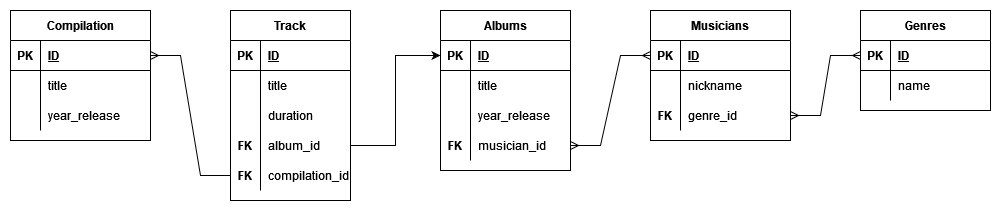
Above: Domaska-3-2-1.png in Sergww/-Domashka_netology_3_mod (draw.io), before the change. Source tidied: cells renumbered, new cells last; positions are measured from the earlier drawing's top-left corner, leaving out a move shared by most shapes.
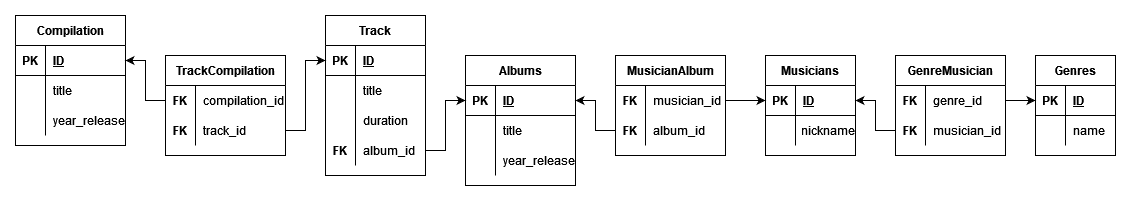
Above is the later version.

Change to the diagram source:
```diff
@@ -3,184 +3,229 @@
     <mxCell id="0" />
     <mxCell id="1" parent="0" />
     <mxCell id="2" value="Genres" style="shape=table;startSize=30;rowLines=0;fontStyle=1;align=center;" parent="1" vertex="1">
-      <mxGeometry x="850" width="130" height="100" as="geometry" />
+      <mxGeometry x="920" y="40" width="80" height="100" as="geometry" />
     </mxCell>
     <mxCell id="3" style="shape=tableRow;horizontal=0;startSize=0;swimlaneHead=0;swimlaneBody=0;fillColor=none;points=[[0,0.5],[1,0.5]];portConstraint=eastwest;top=0;left=0;right=0;bottom=1;" parent="2" vertex="1">
-      <mxGeometry y="30" width="130" height="30" as="geometry" />
+      <mxGeometry y="30" width="80" height="30" as="geometry" />
     </mxCell>
     <mxCell id="4" value="PK" style="shape=partialRectangle;fillColor=none;top=0;left=0;bottom=0;right=0;fontStyle=1;overflow=hidden;" parent="3" vertex="1">
       <mxGeometry width="30" height="30" as="geometry" />
     </mxCell>
     <mxCell id="5" value="ID" style="shape=partialRectangle;fillColor=none;top=0;left=0;bottom=0;right=0;align=left;spacingLeft=6;fontStyle=5;overflow=hidden;" parent="3" vertex="1">
-      <mxGeometry x="30" width="100" height="30" as="geometry" />
+      <mxGeometry x="30" width="50" height="30" as="geometry" />
     </mxCell>
     <mxCell id="6" style="shape=tableRow;horizontal=0;startSize=0;swimlaneHead=0;swimlaneBody=0;fillColor=none;top=0;left=0;right=0;bottom=0;" parent="2" vertex="1">
-      <mxGeometry y="60" width="130" height="30" as="geometry" />
+      <mxGeometry y="60" width="80" height="30" as="geometry" />
     </mxCell>
     <mxCell id="7" style="shape=partialRectangle;fillColor=none;top=0;left=0;bottom=0;right=0;overflow=hidden;" parent="6" vertex="1">
       <mxGeometry width="30" height="30" as="geometry" />
     </mxCell>
     <mxCell id="8" value="name" style="shape=partialRectangle;fillColor=none;top=0;left=0;bottom=0;right=0;align=left;spacingLeft=6;overflow=hidden;" parent="6" vertex="1">
-      <mxGeometry x="30" width="100" height="30" as="geometry" />
+      <mxGeometry x="30" width="50" height="30" as="geometry" />
     </mxCell>
-    <mxCell id="9" style="edgeStyle=entityRelationEdgeStyle;fontSize=12;html=1;endArrow=ERmany;rounded=0;entryX=1;entryY=0.5;entryDx=0;entryDy=0;" parent="1" edge="1" source="46" target="53">
-      <mxGeometry relative="1" as="geometry" />
-    </mxCell>
     <mxCell id="10" value="Musicians" style="shape=table;startSize=30;rowLines=0;fontStyle=1;align=center;" parent="1" vertex="1">
-      <mxGeometry x="640" width="140" height="130" as="geometry" />
+      <mxGeometry x="650" y="40" width="90" height="100" as="geometry" />
     </mxCell>
     <mxCell id="11" style="shape=tableRow;horizontal=0;startSize=0;swimlaneHead=0;swimlaneBody=0;fillColor=none;points=[[0,0.5],[1,0.5]];portConstraint=eastwest;top=0;left=0;right=0;bottom=1;" parent="10" vertex="1">
-      <mxGeometry y="30" width="140" height="30" as="geometry" />
+      <mxGeometry y="30" width="90" height="30" as="geometry" />
     </mxCell>
     <mxCell id="12" value="PK" style="shape=partialRectangle;fillColor=none;top=0;left=0;bottom=0;right=0;fontStyle=1;overflow=hidden;" parent="11" vertex="1">
       <mxGeometry width="30" height="30" as="geometry" />
     </mxCell>
     <mxCell id="13" value="ID" style="shape=partialRectangle;fillColor=none;top=0;left=0;bottom=0;right=0;align=left;spacingLeft=6;fontStyle=5;overflow=hidden;" parent="11" vertex="1">
-      <mxGeometry x="30" width="110" height="30" as="geometry" />
+      <mxGeometry x="30" width="60" height="30" as="geometry" />
     </mxCell>
     <mxCell id="14" style="shape=tableRow;horizontal=0;startSize=0;swimlaneHead=0;swimlaneBody=0;fillColor=none;top=0;left=0;right=0;bottom=0;" parent="10" vertex="1">
-      <mxGeometry y="60" width="140" height="30" as="geometry" />
+      <mxGeometry y="60" width="90" height="30" as="geometry" />
     </mxCell>
     <mxCell id="15" style="shape=partialRectangle;fillColor=none;top=0;left=0;bottom=0;right=0;overflow=hidden;" parent="14" vertex="1">
       <mxGeometry width="30" height="30" as="geometry" />
     </mxCell>
-    <mxCell id="16" value="nickname" style="shape=partialRectangle;fillColor=none;top=0;left=0;bottom=0;right=0;align=left;spacingLeft=6;overflow=hidden;" parent="14" vertex="1">
-      <mxGeometry x="30" width="110" height="30" as="geometry" />
+    <mxCell id="16" value="nickname" style="shape=partialRectangle;fillColor=none;top=0;left=0;bottom=0;right=0;align=center;spacingLeft=6;overflow=hidden;" parent="14" vertex="1">
+      <mxGeometry x="30" width="60" height="30" as="geometry" />
     </mxCell>
-    <mxCell id="17" style="shape=tableRow;horizontal=0;startSize=0;swimlaneHead=0;swimlaneBody=0;fillColor=none;points=[[0,0.5],[1,0.5]];portConstraint=eastwest;top=0;left=0;right=0;bottom=0;" parent="10" vertex="1">
-      <mxGeometry y="90" width="140" height="30" as="geometry" />
-    </mxCell>
-    <mxCell id="18" value="FK" style="shape=partialRectangle;fillColor=none;top=0;left=0;bottom=0;right=0;overflow=hidden;fontStyle=1;" parent="17" vertex="1">
-      <mxGeometry width="30" height="30" as="geometry" />
-    </mxCell>
-    <mxCell id="19" value="genre_id" style="shape=partialRectangle;fillColor=none;top=0;left=0;bottom=0;right=0;align=left;spacingLeft=6;overflow=hidden;" parent="17" vertex="1">
-      <mxGeometry x="30" width="110" height="30" as="geometry" />
-    </mxCell>
     <mxCell id="20" value="Albums" style="shape=table;startSize=30;rowLines=0;fontStyle=1;align=center;" parent="1" vertex="1">
-      <mxGeometry x="430" width="130" height="160" as="geometry" />
+      <mxGeometry x="350" y="40" width="110" height="130" as="geometry" />
     </mxCell>
     <mxCell id="21" style="shape=tableRow;horizontal=0;startSize=0;swimlaneHead=0;swimlaneBody=0;fillColor=none;points=[[0,0.5],[1,0.5]];portConstraint=eastwest;top=0;left=0;right=0;bottom=1;" parent="20" vertex="1">
-      <mxGeometry y="30" width="130" height="30" as="geometry" />
+      <mxGeometry y="30" width="110" height="30" as="geometry" />
     </mxCell>
     <mxCell id="22" value="PK" style="shape=partialRectangle;fillColor=none;top=0;left=0;bottom=0;right=0;fontStyle=1;overflow=hidden;" parent="21" vertex="1">
       <mxGeometry width="30" height="30" as="geometry" />
     </mxCell>
     <mxCell id="23" value="ID" style="shape=partialRectangle;fillColor=none;top=0;left=0;bottom=0;right=0;align=left;spacingLeft=6;fontStyle=5;overflow=hidden;" parent="21" vertex="1">
-      <mxGeometry x="30" width="100" height="30" as="geometry" />
+      <mxGeometry x="30" width="80" height="30" as="geometry" />
     </mxCell>
     <mxCell id="24" style="shape=tableRow;horizontal=0;startSize=0;swimlaneHead=0;swimlaneBody=0;fillColor=none;top=0;left=0;right=0;bottom=0;" parent="20" vertex="1">
-      <mxGeometry y="60" width="130" height="30" as="geometry" />
+      <mxGeometry y="60" width="110" height="30" as="geometry" />
     </mxCell>
     <mxCell id="25" style="shape=partialRectangle;fillColor=none;top=0;left=0;bottom=0;right=0;overflow=hidden;" parent="24" vertex="1">
       <mxGeometry width="30" height="30" as="geometry" />
     </mxCell>
     <mxCell id="26" value="title" style="shape=partialRectangle;fillColor=none;top=0;left=0;bottom=0;right=0;align=left;spacingLeft=6;overflow=hidden;" parent="24" vertex="1">
-      <mxGeometry x="30" width="100" height="30" as="geometry" />
+      <mxGeometry x="30" width="80" height="30" as="geometry" />
     </mxCell>
     <mxCell id="27" style="shape=tableRow;horizontal=0;startSize=0;swimlaneHead=0;swimlaneBody=0;fillColor=none;top=0;left=0;right=0;bottom=0;" parent="20" vertex="1">
-      <mxGeometry y="90" width="130" height="30" as="geometry" />
+      <mxGeometry y="90" width="110" height="30" as="geometry" />
     </mxCell>
     <mxCell id="28" style="shape=partialRectangle;fillColor=none;top=0;left=0;bottom=0;right=0;overflow=hidden;" parent="27" vertex="1">
       <mxGeometry width="30" height="30" as="geometry" />
     </mxCell>
     <mxCell id="29" value="year_release" style="shape=partialRectangle;fillColor=none;top=0;left=0;bottom=0;right=0;align=left;spacingLeft=6;overflow=hidden;" parent="27" vertex="1">
-      <mxGeometry x="30" width="100" height="30" as="geometry" />
+      <mxGeometry x="30" width="80" height="30" as="geometry" />
     </mxCell>
-    <mxCell id="30" style="shape=tableRow;horizontal=0;startSize=0;swimlaneHead=0;swimlaneBody=0;fillColor=none;points=[[0,0.5],[1,0.5]];portConstraint=eastwest;top=0;left=0;right=0;bottom=0;" parent="20" vertex="1">
-      <mxGeometry y="120" width="130" height="30" as="geometry" />
-    </mxCell>
-    <mxCell id="31" value="FK" style="shape=partialRectangle;fillColor=none;top=0;left=0;bottom=0;right=0;overflow=hidden;fontStyle=1;" parent="30" vertex="1">
-      <mxGeometry width="30" height="30" as="geometry" />
-    </mxCell>
-    <mxCell id="32" value="musician_id" style="shape=partialRectangle;fillColor=none;top=0;left=0;bottom=0;right=0;align=left;spacingLeft=6;overflow=hidden;" parent="30" vertex="1">
-      <mxGeometry x="30" width="100" height="30" as="geometry" />
-    </mxCell>
     <mxCell id="33" value="Track" style="shape=table;startSize=30;rowLines=0;fontStyle=1;align=center;" parent="1" vertex="1">
-      <mxGeometry x="220" width="120" height="190" as="geometry" />
+      <mxGeometry x="210" width="100" height="160" as="geometry" />
     </mxCell>
     <mxCell id="34" style="shape=tableRow;horizontal=0;startSize=0;swimlaneHead=0;swimlaneBody=0;fillColor=none;points=[[0,0.5],[1,0.5]];portConstraint=eastwest;top=0;left=0;right=0;bottom=1;" parent="33" vertex="1">
-      <mxGeometry y="30" width="120" height="30" as="geometry" />
+      <mxGeometry y="30" width="100" height="30" as="geometry" />
     </mxCell>
     <mxCell id="35" value="PK" style="shape=partialRectangle;fillColor=none;top=0;left=0;bottom=0;right=0;fontStyle=1;overflow=hidden;" parent="34" vertex="1">
       <mxGeometry width="30" height="30" as="geometry" />
     </mxCell>
     <mxCell id="36" value="ID" style="shape=partialRectangle;fillColor=none;top=0;left=0;bottom=0;right=0;align=left;spacingLeft=6;fontStyle=5;overflow=hidden;" parent="34" vertex="1">
-      <mxGeometry x="30" width="90" height="30" as="geometry" />
+      <mxGeometry x="30" width="70" height="30" as="geometry" />
     </mxCell>
     <mxCell id="37" style="shape=tableRow;horizontal=0;startSize=0;swimlaneHead=0;swimlaneBody=0;fillColor=none;top=0;left=0;right=0;bottom=0;" parent="33" vertex="1">
-      <mxGeometry y="60" width="120" height="30" as="geometry" />
+      <mxGeometry y="60" width="100" height="30" as="geometry" />
     </mxCell>
     <mxCell id="38" style="shape=partialRectangle;fillColor=none;top=0;left=0;bottom=0;right=0;overflow=hidden;" parent="37" vertex="1">
       <mxGeometry width="30" height="30" as="geometry" />
     </mxCell>
     <mxCell id="39" value="title" style="shape=partialRectangle;fillColor=none;top=0;left=0;bottom=0;right=0;align=left;spacingLeft=6;overflow=hidden;" parent="37" vertex="1">
-      <mxGeometry x="30" width="90" height="30" as="geometry" />
+      <mxGeometry x="30" width="70" height="30" as="geometry" />
     </mxCell>
     <mxCell id="40" style="shape=tableRow;horizontal=0;startSize=0;swimlaneHead=0;swimlaneBody=0;fillColor=none;top=0;left=0;right=0;bottom=0;" parent="33" vertex="1">
-      <mxGeometry y="90" width="120" height="30" as="geometry" />
+      <mxGeometry y="90" width="100" height="30" as="geometry" />
     </mxCell>
     <mxCell id="41" style="shape=partialRectangle;fillColor=none;top=0;left=0;bottom=0;right=0;overflow=hidden;" parent="40" vertex="1">
       <mxGeometry width="30" height="30" as="geometry" />
     </mxCell>
     <mxCell id="42" value="duration " style="shape=partialRectangle;fillColor=none;top=0;left=0;bottom=0;right=0;align=left;spacingLeft=6;overflow=hidden;" parent="40" vertex="1">
-      <mxGeometry x="30" width="90" height="30" as="geometry" />
+      <mxGeometry x="30" width="70" height="30" as="geometry" />
     </mxCell>
     <mxCell id="43" style="shape=tableRow;horizontal=0;startSize=0;swimlaneHead=0;swimlaneBody=0;fillColor=none;points=[[0,0.5],[1,0.5]];portConstraint=eastwest;top=0;left=0;right=0;bottom=0;" parent="33" vertex="1">
-      <mxGeometry y="120" width="120" height="30" as="geometry" />
+      <mxGeometry y="120" width="100" height="30" as="geometry" />
     </mxCell>
     <mxCell id="44" value="FK" style="shape=partialRectangle;fillColor=none;top=0;left=0;bottom=0;right=0;overflow=hidden;fontStyle=1;" parent="43" vertex="1">
       <mxGeometry width="30" height="30" as="geometry" />
     </mxCell>
     <mxCell id="45" value="album_id" style="shape=partialRectangle;fillColor=none;top=0;left=0;bottom=0;right=0;align=left;spacingLeft=6;overflow=hidden;" parent="43" vertex="1">
-      <mxGeometry x="30" width="90" height="30" as="geometry" />
+      <mxGeometry x="30" width="70" height="30" as="geometry" />
     </mxCell>
-    <mxCell id="46" style="shape=tableRow;horizontal=0;startSize=0;swimlaneHead=0;swimlaneBody=0;fillColor=none;points=[[0,0.5],[1,0.5]];portConstraint=eastwest;top=0;left=0;right=0;bottom=0;" parent="33" vertex="1">
-      <mxGeometry y="150" width="120" height="30" as="geometry" />
-    </mxCell>
-    <mxCell id="47" value="FK" style="shape=partialRectangle;fillColor=none;top=0;left=0;bottom=0;right=0;overflow=hidden;fontStyle=1;" parent="46" vertex="1">
-      <mxGeometry width="30" height="30" as="geometry" />
-    </mxCell>
-    <mxCell id="48" value="compilation_id" style="shape=partialRectangle;fillColor=none;top=0;left=0;bottom=0;right=0;align=left;spacingLeft=6;overflow=hidden;fontStyle=0;" parent="46" vertex="1">
-      <mxGeometry x="30" width="90" height="30" as="geometry" />
-    </mxCell>
     <mxCell id="49" style="edgeStyle=orthogonalEdgeStyle;rounded=0;jettySize=auto;html=1;exitX=1;exitY=0.5;exitDx=0;exitDy=0;entryX=0;entryY=0.5;entryDx=0;entryDy=0;" parent="1" edge="1" source="43" target="21">
       <mxGeometry relative="1" as="geometry" />
     </mxCell>
-    <mxCell id="50" style="edgeStyle=entityRelationEdgeStyle;fontSize=12;html=1;endArrow=ERmany;startArrow=ERmany;rounded=0;entryX=0;entryY=0.5;entryDx=0;entryDy=0;exitX=1;exitY=0.5;exitDx=0;exitDy=0;" parent="1" edge="1" source="17" target="3">
-      <mxGeometry relative="1" as="geometry" />
-    </mxCell>
-    <mxCell id="51" style="edgeStyle=entityRelationEdgeStyle;fontSize=12;html=1;endArrow=ERmany;startArrow=ERmany;rounded=0;exitX=1;exitY=0.5;exitDx=0;exitDy=0;entryX=0;entryY=0.5;entryDx=0;entryDy=0;" parent="1" edge="1" source="30" target="11">
-      <mxGeometry relative="1" as="geometry" />
-    </mxCell>
     <mxCell id="52" value="Compilation" style="shape=table;startSize=30;rowLines=0;fontStyle=1;align=center;" parent="1" vertex="1">
-      <mxGeometry width="140" height="130" as="geometry" />
+      <mxGeometry x="-100" width="110" height="130" as="geometry" />
     </mxCell>
     <mxCell id="53" style="shape=tableRow;horizontal=0;startSize=0;swimlaneHead=0;swimlaneBody=0;fillColor=none;points=[[0,0.5],[1,0.5]];portConstraint=eastwest;top=0;left=0;right=0;bottom=1;" parent="52" vertex="1">
-      <mxGeometry y="30" width="140" height="30" as="geometry" />
+      <mxGeometry y="30" width="110" height="30" as="geometry" />
     </mxCell>
     <mxCell id="54" value="PK" style="shape=partialRectangle;fillColor=none;top=0;left=0;bottom=0;right=0;fontStyle=1;overflow=hidden;" parent="53" vertex="1">
       <mxGeometry width="30" height="30" as="geometry" />
     </mxCell>
     <mxCell id="55" value="ID" style="shape=partialRectangle;fillColor=none;top=0;left=0;bottom=0;right=0;align=left;spacingLeft=6;fontStyle=5;overflow=hidden;" parent="53" vertex="1">
-      <mxGeometry x="30" width="110" height="30" as="geometry" />
+      <mxGeometry x="30" width="80" height="30" as="geometry" />
     </mxCell>
     <mxCell id="56" style="shape=tableRow;horizontal=0;startSize=0;swimlaneHead=0;swimlaneBody=0;fillColor=none;top=0;left=0;right=0;bottom=0;" parent="52" vertex="1">
-      <mxGeometry y="60" width="140" height="30" as="geometry" />
+      <mxGeometry y="60" width="110" height="30" as="geometry" />
     </mxCell>
     <mxCell id="57" style="shape=partialRectangle;fillColor=none;top=0;left=0;bottom=0;right=0;overflow=hidden;" parent="56" vertex="1">
       <mxGeometry width="30" height="30" as="geometry" />
     </mxCell>
     <mxCell id="58" value="title" style="shape=partialRectangle;fillColor=none;top=0;left=0;bottom=0;right=0;align=left;spacingLeft=6;overflow=hidden;" parent="56" vertex="1">
-      <mxGeometry x="30" width="110" height="30" as="geometry" />
+      <mxGeometry x="30" width="80" height="30" as="geometry" />
     </mxCell>
     <mxCell id="59" style="shape=tableRow;horizontal=0;startSize=0;swimlaneHead=0;swimlaneBody=0;fillColor=none;top=0;left=0;right=0;bottom=0;" parent="52" vertex="1">
-      <mxGeometry y="90" width="140" height="30" as="geometry" />
+      <mxGeometry y="90" width="110" height="30" as="geometry" />
     </mxCell>
     <mxCell id="60" style="shape=partialRectangle;fillColor=none;top=0;left=0;bottom=0;right=0;overflow=hidden;" parent="59" vertex="1">
       <mxGeometry width="30" height="30" as="geometry" />
     </mxCell>
     <mxCell id="61" value="year_release" style="shape=partialRectangle;fillColor=none;top=0;left=0;bottom=0;right=0;align=left;spacingLeft=6;overflow=hidden;" parent="59" vertex="1">
-      <mxGeometry x="30" width="110" height="30" as="geometry" />
+      <mxGeometry x="30" width="80" height="30" as="geometry" />
     </mxCell>
+    <mxCell id="62" value="GenreMusician" style="shape=table;startSize=30;rowLines=0;fontStyle=1;align=center;fontSize=12;" parent="1" vertex="1">
+      <mxGeometry x="780" y="40" width="110" height="100" as="geometry" />
+    </mxCell>
+    <mxCell id="63" style="shape=tableRow;horizontal=0;startSize=0;swimlaneHead=0;swimlaneBody=0;fillColor=none;points=[[0,0.5],[1,0.5]];portConstraint=eastwest;top=0;left=0;right=0;bottom=0;fontSize=12;" parent="62" vertex="1">
+      <mxGeometry y="30" width="110" height="30" as="geometry" />
+    </mxCell>
+    <mxCell id="64" value="FK" style="shape=partialRectangle;fillColor=none;top=0;left=0;bottom=0;right=0;overflow=hidden;fontSize=12;fontStyle=1;" parent="63" vertex="1">
+      <mxGeometry width="30" height="30" as="geometry" />
+    </mxCell>
+    <mxCell id="19" value="genre_id" style="shape=partialRectangle;fillColor=none;top=0;left=0;bottom=0;right=0;align=left;spacingLeft=6;overflow=hidden;fontSize=12;" parent="63" vertex="1">
+      <mxGeometry x="30" width="80" height="30" as="geometry" />
+    </mxCell>
+    <mxCell id="65" style="shape=tableRow;horizontal=0;startSize=0;swimlaneHead=0;swimlaneBody=0;fillColor=none;points=[[0,0.5],[1,0.5]];portConstraint=eastwest;top=0;left=0;right=0;bottom=0;fontSize=12;" parent="62" vertex="1">
+      <mxGeometry y="60" width="110" height="30" as="geometry" />
+    </mxCell>
+    <mxCell id="66" value="FK" style="shape=partialRectangle;fillColor=none;top=0;left=0;bottom=0;right=0;overflow=hidden;fontSize=12;fontStyle=1;" parent="65" vertex="1">
+      <mxGeometry width="30" height="30" as="geometry" />
+    </mxCell>
+    <mxCell id="67" value="musician_id" style="shape=partialRectangle;fillColor=none;top=0;left=0;bottom=0;right=0;align=left;spacingLeft=6;overflow=hidden;fontSize=12;" parent="65" vertex="1">
+      <mxGeometry x="30" width="80" height="30" as="geometry" />
+    </mxCell>
+    <mxCell id="68" style="edgeStyle=orthogonalEdgeStyle;rounded=0;jettySize=auto;html=1;exitX=0;exitY=0.5;exitDx=0;exitDy=0;entryX=1;entryY=0.5;entryDx=0;entryDy=0;fontSize=12;" parent="1" edge="1" source="65" target="11">
+      <mxGeometry relative="1" as="geometry" />
+    </mxCell>
+    <mxCell id="69" style="edgeStyle=orthogonalEdgeStyle;rounded=0;jettySize=auto;html=1;exitX=1;exitY=0.5;exitDx=0;exitDy=0;entryX=0;entryY=0.5;entryDx=0;entryDy=0;fontSize=12;" parent="1" edge="1" source="63" target="3">
+      <mxGeometry relative="1" as="geometry" />
+    </mxCell>
+    <mxCell id="70" style="edgeStyle=orthogonalEdgeStyle;rounded=0;jettySize=auto;html=1;exitX=0;exitY=0.75;exitDx=0;exitDy=0;entryX=1;entryY=0.5;entryDx=0;entryDy=0;fontSize=12;" parent="1" edge="1" source="71" target="21">
+      <mxGeometry relative="1" as="geometry" />
+    </mxCell>
+    <mxCell id="71" value="MusicianAlbum" style="shape=table;startSize=30;rowLines=0;fontStyle=1;align=center;fontSize=12;" parent="1" vertex="1">
+      <mxGeometry x="500" y="40" width="110" height="100" as="geometry" />
+    </mxCell>
+    <mxCell id="72" style="shape=tableRow;horizontal=0;startSize=0;swimlaneHead=0;swimlaneBody=0;fillColor=none;points=[[0,0.5],[1,0.5]];portConstraint=eastwest;top=0;left=0;right=0;bottom=0;fontSize=12;" parent="71" vertex="1">
+      <mxGeometry y="30" width="110" height="30" as="geometry" />
+    </mxCell>
+    <mxCell id="73" value="FK" style="shape=partialRectangle;fillColor=none;top=0;left=0;bottom=0;right=0;overflow=hidden;fontSize=12;fontStyle=1;" parent="72" vertex="1">
+      <mxGeometry width="30" height="30" as="geometry" />
+    </mxCell>
+    <mxCell id="74" value="musician_id" style="shape=partialRectangle;fillColor=none;top=0;left=0;bottom=0;right=0;align=left;spacingLeft=6;overflow=hidden;fontSize=12;" parent="72" vertex="1">
+      <mxGeometry x="30" width="80" height="30" as="geometry" />
+    </mxCell>
+    <mxCell id="75" style="shape=tableRow;horizontal=0;startSize=0;swimlaneHead=0;swimlaneBody=0;fillColor=none;top=0;left=0;right=0;bottom=0;fontSize=12;" parent="71" vertex="1">
+      <mxGeometry y="60" width="110" height="30" as="geometry" />
+    </mxCell>
+    <mxCell id="76" value="FK" style="shape=partialRectangle;fillColor=none;top=0;left=0;bottom=0;right=0;overflow=hidden;fontSize=12;fontStyle=1;" parent="75" vertex="1">
+      <mxGeometry width="30" height="30" as="geometry" />
+    </mxCell>
+    <mxCell id="77" value="album_id" style="shape=partialRectangle;fillColor=none;top=0;left=0;bottom=0;right=0;align=left;spacingLeft=6;overflow=hidden;fontSize=12;" parent="75" vertex="1">
+      <mxGeometry x="30" width="80" height="30" as="geometry" />
+    </mxCell>
+    <mxCell id="78" style="edgeStyle=orthogonalEdgeStyle;rounded=0;jettySize=auto;html=1;exitX=1;exitY=0.5;exitDx=0;exitDy=0;entryX=0;entryY=0.5;entryDx=0;entryDy=0;fontSize=12;" parent="1" edge="1" source="72" target="11">
+      <mxGeometry relative="1" as="geometry" />
+    </mxCell>
+    <mxCell id="79" value="TrackCompilation" style="shape=table;startSize=30;rowLines=0;fontStyle=1;align=center;fontSize=12;" parent="1" vertex="1">
+      <mxGeometry x="50" y="40" width="120" height="100" as="geometry" />
+    </mxCell>
+    <mxCell id="80" style="shape=tableRow;horizontal=0;startSize=0;swimlaneHead=0;swimlaneBody=0;fillColor=none;points=[[0,0.5],[1,0.5]];portConstraint=eastwest;top=0;left=0;right=0;bottom=0;fontSize=12;" parent="79" vertex="1">
+      <mxGeometry y="30" width="120" height="30" as="geometry" />
+    </mxCell>
+    <mxCell id="81" value="FK" style="shape=partialRectangle;fillColor=none;top=0;left=0;bottom=0;right=0;overflow=hidden;fontSize=12;fontStyle=1;" parent="80" vertex="1">
+      <mxGeometry width="30" height="30" as="geometry" />
+    </mxCell>
+    <mxCell id="48" value="compilation_id" style="shape=partialRectangle;fillColor=none;top=0;left=0;bottom=0;right=0;align=left;spacingLeft=6;overflow=hidden;fontSize=12;fontStyle=0;" parent="80" vertex="1">
+      <mxGeometry x="30" width="90" height="30" as="geometry" />
+    </mxCell>
+    <mxCell id="82" style="shape=tableRow;horizontal=0;startSize=0;swimlaneHead=0;swimlaneBody=0;fillColor=none;points=[[0,0.5],[1,0.5]];portConstraint=eastwest;top=0;left=0;right=0;bottom=0;fontSize=12;" parent="79" vertex="1">
+      <mxGeometry y="60" width="120" height="30" as="geometry" />
+    </mxCell>
+    <mxCell id="83" value="FK" style="shape=partialRectangle;fillColor=none;top=0;left=0;bottom=0;right=0;overflow=hidden;fontSize=12;fontStyle=1;" parent="82" vertex="1">
+      <mxGeometry width="30" height="30" as="geometry" />
+    </mxCell>
+    <mxCell id="84" value="track_id" style="shape=partialRectangle;fillColor=none;top=0;left=0;bottom=0;right=0;align=left;spacingLeft=6;overflow=hidden;fontSize=12;" parent="82" vertex="1">
+      <mxGeometry x="30" width="90" height="30" as="geometry" />
+    </mxCell>
+    <mxCell id="85" style="edgeStyle=orthogonalEdgeStyle;rounded=0;jettySize=auto;html=1;exitX=1;exitY=0.5;exitDx=0;exitDy=0;entryX=0;entryY=0.5;entryDx=0;entryDy=0;" parent="1" edge="1" source="82" target="34">
+      <mxGeometry relative="1" as="geometry" />
+    </mxCell>
+    <mxCell id="86" style="edgeStyle=orthogonalEdgeStyle;rounded=0;jettySize=auto;html=1;exitX=0;exitY=0.5;exitDx=0;exitDy=0;entryX=1;entryY=0.5;entryDx=0;entryDy=0;" parent="1" edge="1" source="80" target="53">
+      <mxGeometry relative="1" as="geometry" />
+    </mxCell>
   </root>
 </mxGraphModel>
```
